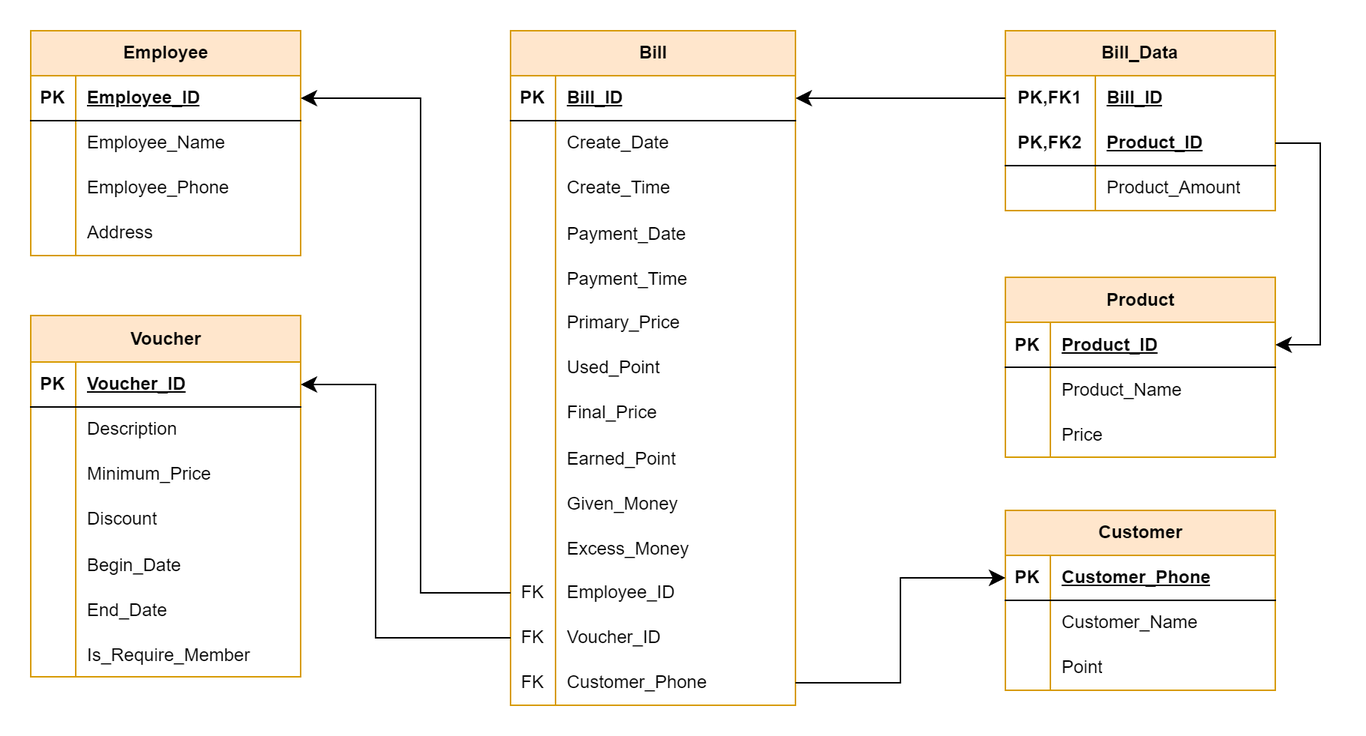
bakaqc/DBI202-Labs_and_Assignment keeps this draw.io diagram as Assignment/Images/Relational Model.png. Above is the earlier version. Source tidied: cells renumbered, new cells last; positions are measured from the earlier drawing's top-left corner, leaving out a move shared by most shapes.
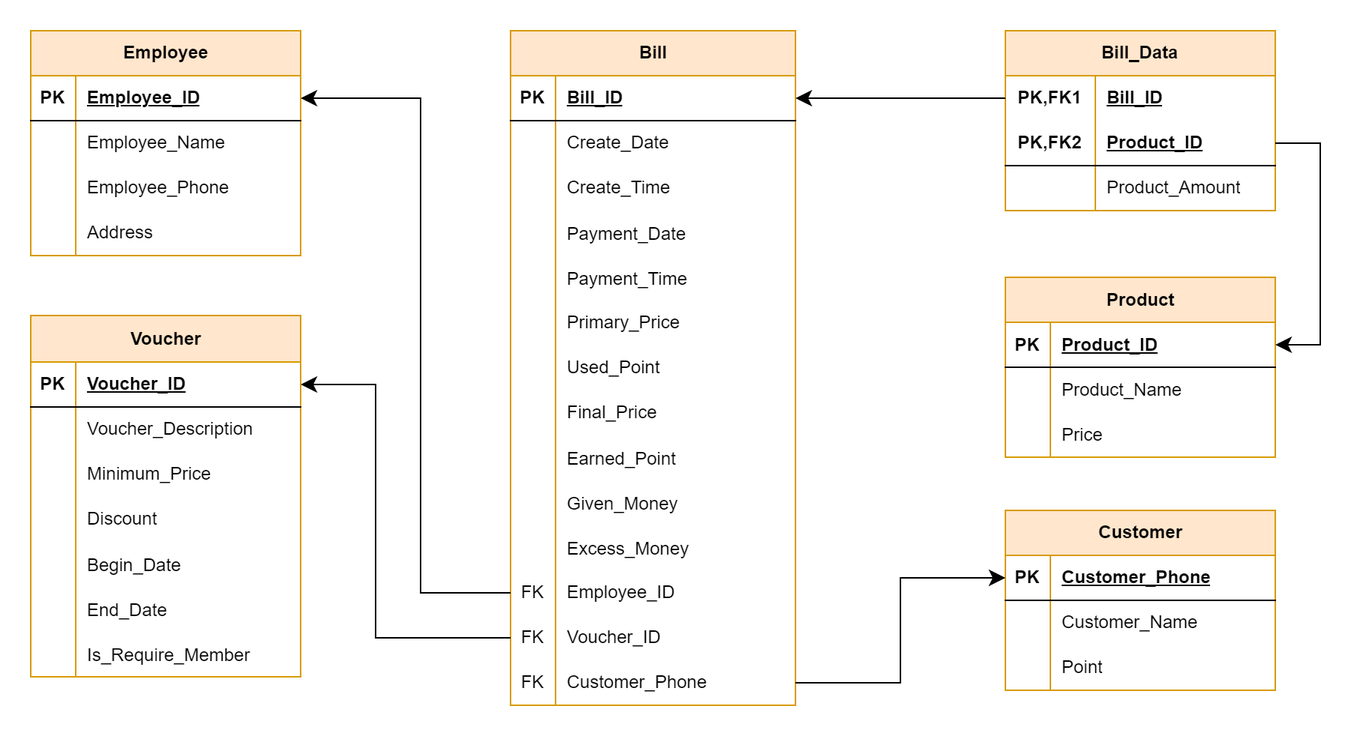
Above is the later version.

Commit message:
Update ERD and Relational Model

What changed in the source:
```diff
@@ -59,7 +59,7 @@
     <mxCell id="20" style="shape=partialRectangle;fillColor=none;top=0;left=0;bottom=0;right=0;overflow=hidden;whiteSpace=wrap;html=1;" parent="19" vertex="1">
       <mxGeometry width="30" height="30" as="geometry" />
     </mxCell>
-    <mxCell id="21" value="Description" style="shape=partialRectangle;fillColor=none;top=0;left=0;bottom=0;right=0;align=left;spacingLeft=6;overflow=hidden;whiteSpace=wrap;html=1;" parent="19" vertex="1">
+    <mxCell id="21" value="Voucher_Description" style="shape=partialRectangle;fillColor=none;top=0;left=0;bottom=0;right=0;align=left;spacingLeft=6;overflow=hidden;whiteSpace=wrap;html=1;" parent="19" vertex="1">
       <mxGeometry x="30" width="150" height="30" as="geometry" />
     </mxCell>
     <mxCell id="22" style="shape=tableRow;horizontal=0;startSize=0;swimlaneHead=0;swimlaneBody=0;fillColor=none;top=0;left=0;right=0;bottom=0;" parent="15" vertex="1">
```
